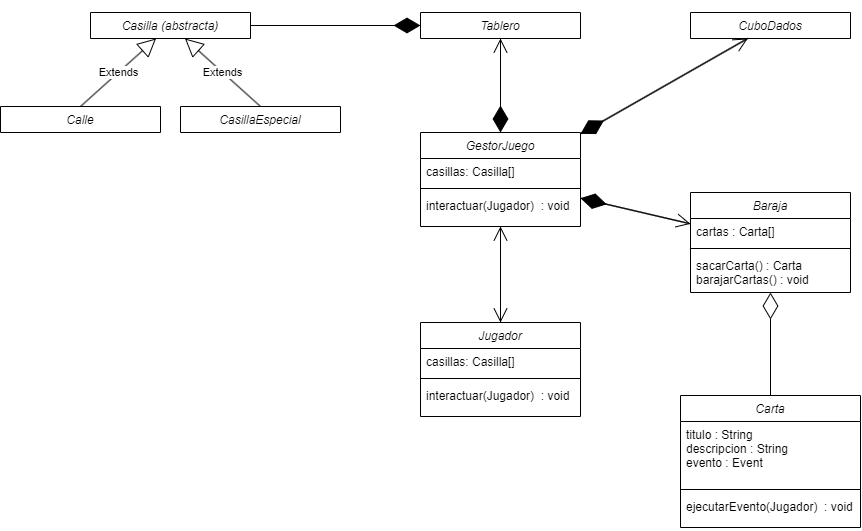
Before: monopolio.drawio.png, a diagram exported from draw.io (Jimmyh091/MONOPOLIO). Source tidied: cells renumbered, new cells last; positions are measured from the earlier drawing's top-left corner, leaving out a move shared by most shapes.
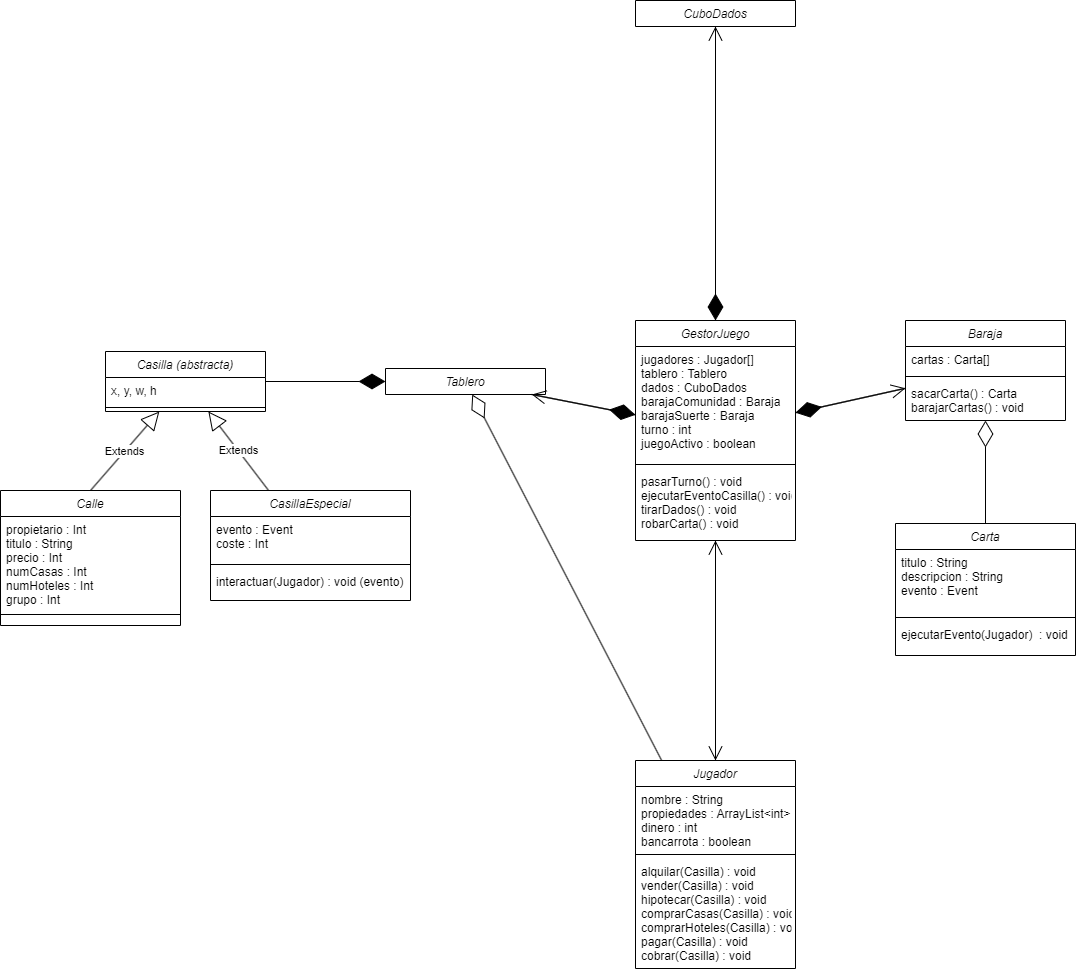
The same diagram one commit later.

Change to the diagram source:
```diff
@@ -3,19 +3,40 @@
     <mxCell id="0" />
     <mxCell id="1" parent="0" />
     <mxCell id="2" value="Tablero" style="swimlane;fontStyle=2;align=center;verticalAlign=top;horizontal=1;startSize=26;rounded=0;shadow=0;strokeWidth=1;" parent="1" vertex="1" collapsed="1">
-      <mxGeometry x="420" width="160" height="26" as="geometry" />
+      <mxGeometry x="170" y="168" width="160" height="26" as="geometry" />
     </mxCell>
-    <mxCell id="3" value="Casilla (abstracta)" style="swimlane;fontStyle=2;align=center;verticalAlign=top;horizontal=1;startSize=26;rounded=0;shadow=0;strokeWidth=1;" parent="1" vertex="1" collapsed="1">
-      <mxGeometry x="90" width="160" height="26" as="geometry" />
+    <mxCell id="3" value="Casilla (abstracta)" style="swimlane;fontStyle=2;align=center;verticalAlign=top;horizontal=1;startSize=26;rounded=0;shadow=0;strokeWidth=1;" parent="1" vertex="1">
+      <mxGeometry x="-110" y="151" width="160" height="60" as="geometry" />
     </mxCell>
+    <mxCell id="33" value="x, y, w, h" style="text;align=left;verticalAlign=top;spacingLeft=4;spacingRight=4;overflow=hidden;rounded=0;shadow=0;html=0;" parent="3" vertex="1">
+      <mxGeometry y="26" width="160" height="26" as="geometry" />
+    </mxCell>
+    <mxCell id="34" style="line;html=1;strokeWidth=1;align=left;verticalAlign=middle;spacingTop=-1;spacingLeft=3;spacingRight=3;labelPosition=right;" parent="3" vertex="1">
+      <mxGeometry y="52" width="160" height="8" as="geometry" />
+    </mxCell>
-    <mxCell id="4" value="Calle" style="swimlane;fontStyle=2;align=center;verticalAlign=top;horizontal=1;startSize=26;rounded=0;shadow=0;strokeWidth=1;" parent="1" vertex="1" collapsed="1">
-      <mxGeometry y="94" width="160" height="26" as="geometry" />
+    <mxCell id="4" value="Calle" style="swimlane;fontStyle=2;align=center;verticalAlign=top;horizontal=1;startSize=26;rounded=0;shadow=0;strokeWidth=1;" parent="1" vertex="1">
+      <mxGeometry x="-215" y="290" width="180" height="135" as="geometry" />
     </mxCell>
+    <mxCell id="35" value="propietario : Int&#10;titulo : String&#10;precio : Int&#10;numCasas : Int&#10;numHoteles : Int&#10;grupo : Int" style="text;align=left;verticalAlign=top;spacingLeft=4;spacingRight=4;overflow=hidden;rounded=0;shadow=0;html=0;" parent="4" vertex="1">
+      <mxGeometry y="26" width="180" height="94" as="geometry" />
+    </mxCell>
+    <mxCell id="36" style="line;html=1;strokeWidth=1;align=left;verticalAlign=middle;spacingTop=-1;spacingLeft=3;spacingRight=3;labelPosition=right;" parent="4" vertex="1">
+      <mxGeometry y="120" width="180" height="8" as="geometry" />
+    </mxCell>
-    <mxCell id="5" value="CasillaEspecial" style="swimlane;fontStyle=2;align=center;verticalAlign=top;horizontal=1;startSize=26;rounded=0;shadow=0;strokeWidth=1;" parent="1" vertex="1" collapsed="1">
-      <mxGeometry x="180" y="94" width="160" height="26" as="geometry" />
+    <mxCell id="5" value="CasillaEspecial" style="swimlane;fontStyle=2;align=center;verticalAlign=top;horizontal=1;startSize=26;rounded=0;shadow=0;strokeWidth=1;" parent="1" vertex="1">
+      <mxGeometry x="-5" y="290" width="200" height="110" as="geometry" />
     </mxCell>
+    <mxCell id="37" value="evento : Event&#10;coste : Int" style="text;align=left;verticalAlign=top;spacingLeft=4;spacingRight=4;overflow=hidden;rounded=0;shadow=0;html=0;" parent="5" vertex="1">
+      <mxGeometry y="26" width="200" height="44" as="geometry" />
+    </mxCell>
+    <mxCell id="38" style="line;html=1;strokeWidth=1;align=left;verticalAlign=middle;spacingTop=-1;spacingLeft=3;spacingRight=3;labelPosition=right;" parent="5" vertex="1">
+      <mxGeometry y="70" width="200" height="8" as="geometry" />
+    </mxCell>
+    <mxCell id="39" value="interactuar(Jugador) : void (evento)" style="text;align=left;verticalAlign=top;spacingLeft=4;spacingRight=4;overflow=hidden;" parent="5" vertex="1">
+      <mxGeometry y="78" width="200" height="32" as="geometry" />
+    </mxCell>
     <mxCell id="6" value="Carta" style="swimlane;fontStyle=2;align=center;verticalAlign=top;horizontal=1;startSize=26;rounded=0;shadow=0;strokeWidth=1;" parent="1" vertex="1">
-      <mxGeometry x="680" y="383" width="180" height="132" as="geometry" />
+      <mxGeometry x="680" y="323" width="180" height="132" as="geometry" />
     </mxCell>
     <mxCell id="7" value="titulo : String&#10;descripcion : String&#10;evento : Event" style="text;align=left;verticalAlign=top;spacingLeft=4;spacingRight=4;overflow=hidden;rounded=0;shadow=0;html=0;" parent="6" vertex="1">
       <mxGeometry y="26" width="180" height="64" as="geometry" />
@@ -27,7 +48,7 @@
       <mxGeometry y="98" width="180" height="34" as="geometry" />
     </mxCell>
     <mxCell id="10" value="Baraja" style="swimlane;fontStyle=2;align=center;verticalAlign=top;horizontal=1;startSize=26;rounded=0;shadow=0;strokeWidth=1;" parent="1" vertex="1">
-      <mxGeometry x="690" y="180" width="160" height="100" as="geometry" />
+      <mxGeometry x="690" y="120" width="160" height="100" as="geometry" />
     </mxCell>
     <mxCell id="11" value="cartas : Carta[]" style="text;align=left;verticalAlign=top;spacingLeft=4;spacingRight=4;overflow=hidden;rounded=0;shadow=0;html=0;" parent="10" vertex="1">
       <mxGeometry y="26" width="160" height="26" as="geometry" />
@@ -39,32 +60,38 @@
       <mxGeometry y="60" width="160" height="40" as="geometry" />
     </mxCell>
     <mxCell id="14" value="CuboDados" style="swimlane;fontStyle=2;align=center;verticalAlign=top;horizontal=1;startSize=26;rounded=0;shadow=0;strokeWidth=1;" parent="1" vertex="1" collapsed="1">
-      <mxGeometry x="690" width="160" height="26" as="geometry" />
+      <mxGeometry x="420" y="-200" width="160" height="26" as="geometry" />
     </mxCell>
     <mxCell id="15" value="Jugador" style="swimlane;fontStyle=2;align=center;verticalAlign=top;horizontal=1;startSize=26;rounded=0;shadow=0;strokeWidth=1;" parent="1" vertex="1">
-      <mxGeometry x="420" y="310" width="160" height="94" as="geometry" />
+      <mxGeometry x="420" y="560" width="160" height="208" as="geometry" />
     </mxCell>
-    <mxCell id="16" value="casillas: Casilla[]" style="text;align=left;verticalAlign=top;spacingLeft=4;spacingRight=4;overflow=hidden;rounded=0;shadow=0;html=0;" parent="15" vertex="1">
-      <mxGeometry y="26" width="160" height="26" as="geometry" />
+    <mxCell id="16" value="nombre : String&#10;propiedades : ArrayList&lt;int&gt;&#10;dinero : int&#10;bancarrota : boolean" style="text;align=left;verticalAlign=top;spacingLeft=4;spacingRight=4;overflow=hidden;rounded=0;shadow=0;html=0;" parent="15" vertex="1">
+      <mxGeometry y="26" width="160" height="64" as="geometry" />
     </mxCell>
     <mxCell id="17" style="line;html=1;strokeWidth=1;align=left;verticalAlign=middle;spacingTop=-1;spacingLeft=3;spacingRight=3;labelPosition=right;" parent="15" vertex="1">
-      <mxGeometry y="52" width="160" height="8" as="geometry" />
+      <mxGeometry y="90" width="160" height="8" as="geometry" />
     </mxCell>
-    <mxCell id="18" value="interactuar(Jugador)  : void" style="text;align=left;verticalAlign=top;spacingLeft=4;spacingRight=4;overflow=hidden;" parent="15" vertex="1">
-      <mxGeometry y="60" width="160" height="34" as="geometry" />
+    <mxCell id="18" value="alquilar(Casilla) : void&#10;vender(Casilla) : void&#10;hipotecar(Casilla) : void&#10;comprarCasas(Casilla) : void&#10;comprarHoteles(Casilla) : void&#10;pagar(Casilla) : void&#10;cobrar(Casilla) : void" style="text;align=left;verticalAlign=top;spacingLeft=4;spacingRight=4;overflow=hidden;" parent="15" vertex="1">
+      <mxGeometry y="98" width="160" height="110" as="geometry" />
     </mxCell>
     <mxCell id="19" value="GestorJuego" style="swimlane;fontStyle=2;align=center;verticalAlign=top;horizontal=1;startSize=26;rounded=0;shadow=0;strokeWidth=1;" parent="1" vertex="1">
-      <mxGeometry x="420" y="120" width="160" height="94" as="geometry" />
+      <mxGeometry x="420" y="120" width="160" height="220" as="geometry" />
     </mxCell>
-    <mxCell id="20" value="casillas: Casilla[]" style="text;align=left;verticalAlign=top;spacingLeft=4;spacingRight=4;overflow=hidden;rounded=0;shadow=0;html=0;" parent="19" vertex="1">
-      <mxGeometry y="26" width="160" height="26" as="geometry" />
+    <mxCell id="20" value="jugadores : Jugador[]&#10;tablero : Tablero&#10;dados : CuboDados&#10;barajaComunidad : Baraja&#10;barajaSuerte : Baraja&#10;turno : int&#10;juegoActivo : boolean" style="text;align=left;verticalAlign=top;spacingLeft=4;spacingRight=4;overflow=hidden;rounded=0;shadow=0;html=0;" parent="19" vertex="1">
+      <mxGeometry y="26" width="160" height="114" as="geometry" />
     </mxCell>
     <mxCell id="21" style="line;html=1;strokeWidth=1;align=left;verticalAlign=middle;spacingTop=-1;spacingLeft=3;spacingRight=3;labelPosition=right;" parent="19" vertex="1">
-      <mxGeometry y="52" width="160" height="8" as="geometry" />
+      <mxGeometry y="140" width="160" height="8" as="geometry" />
     </mxCell>
-    <mxCell id="22" value="interactuar(Jugador)  : void" style="text;align=left;verticalAlign=top;spacingLeft=4;spacingRight=4;overflow=hidden;" parent="19" vertex="1">
-      <mxGeometry y="60" width="160" height="34" as="geometry" />
+    <mxCell id="22" value="pasarTurno() : void&#10;ejecutarEventoCasilla() : void&#10;tirarDados() : void&#10;robarCarta() : void" style="text;align=left;verticalAlign=top;spacingLeft=4;spacingRight=4;overflow=hidden;" parent="19" vertex="1">
+      <mxGeometry y="148" width="160" height="72" as="geometry" />
     </mxCell>
+    <mxCell id="40" value="Extends" style="endArrow=block;endSize=16;endFill=0;html=1;rounded=0;exitX=0.5;exitY=0;exitDx=0;exitDy=0;" parent="1" edge="1" source="4" target="3">
+      <mxGeometry relative="1" as="geometry" />
+    </mxCell>
+    <mxCell id="41" value="Extends" style="endArrow=block;endSize=16;endFill=0;html=1;rounded=0;" parent="1" edge="1" source="5" target="3">
+      <mxGeometry relative="1" as="geometry" />
+    </mxCell>
     <mxCell id="23" style="endArrow=diamondThin;endFill=1;endSize=24;html=1;rounded=0;" parent="1" edge="1" source="3" target="2">
       <mxGeometry relative="1" as="geometry" />
     </mxCell>
@@ -95,5 +122,8 @@
     <mxCell id="32" style="endArrow=open;endFill=1;endSize=12;html=1;rounded=0;" parent="1" edge="1" source="19" target="15">
       <mxGeometry relative="1" as="geometry" />
     </mxCell>
+    <mxCell id="42" style="endArrow=diamondThin;endFill=0;endSize=24;html=1;rounded=0;" parent="1" edge="1" source="15" target="2">
+      <mxGeometry relative="1" as="geometry" />
+    </mxCell>
   </root>
 </mxGraphModel>
```
